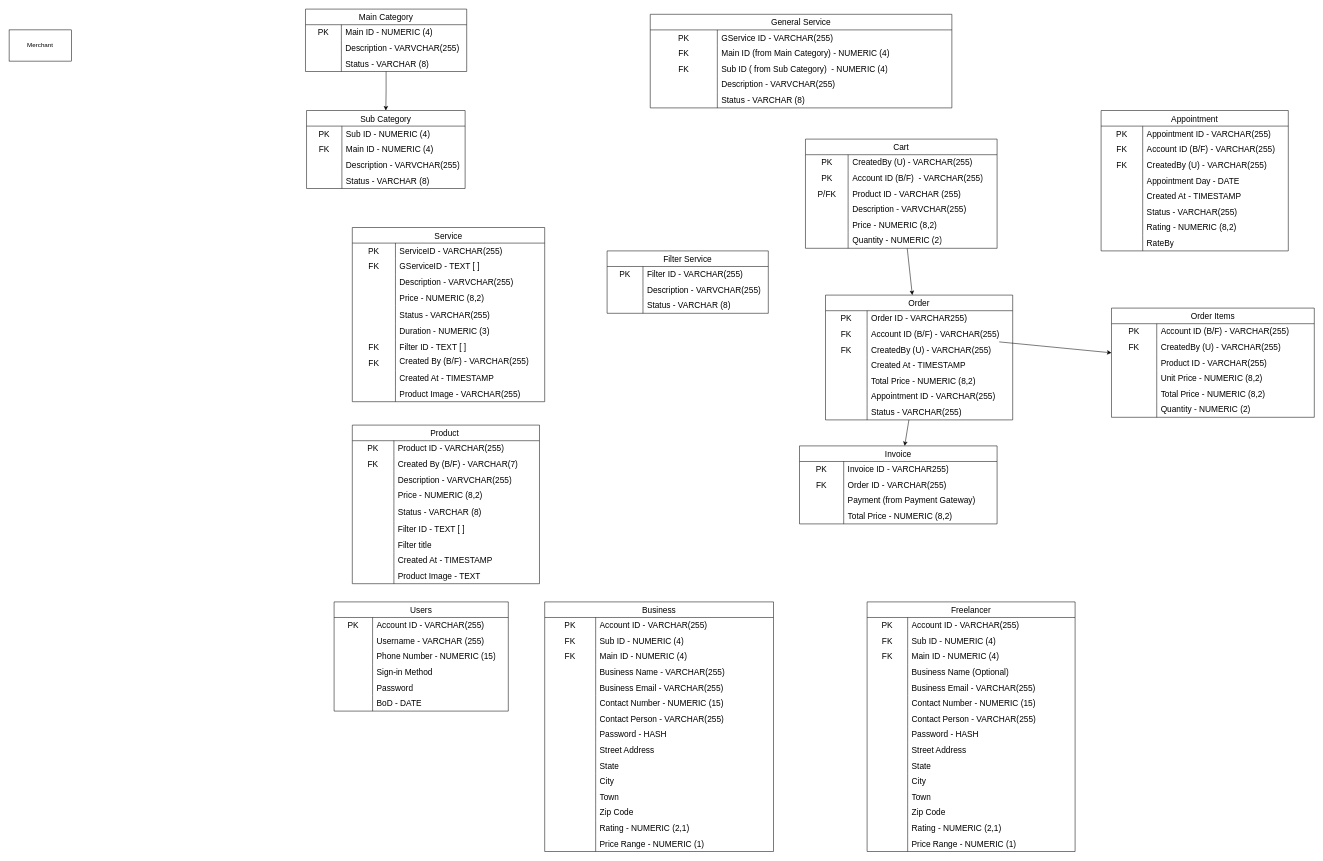
Yew01/near-me keeps this draw.io diagram as backend/nearme-db.drawio. Above is the earlier version. Source tidied: cells renumbered, new cells numbered last; positions are measured from the earlier drawing's top-left corner, leaving out a move shared by most shapes. Both pictures are drawn from the tidied source at 52%, with x=0, y=0 at pixel (9, 9).
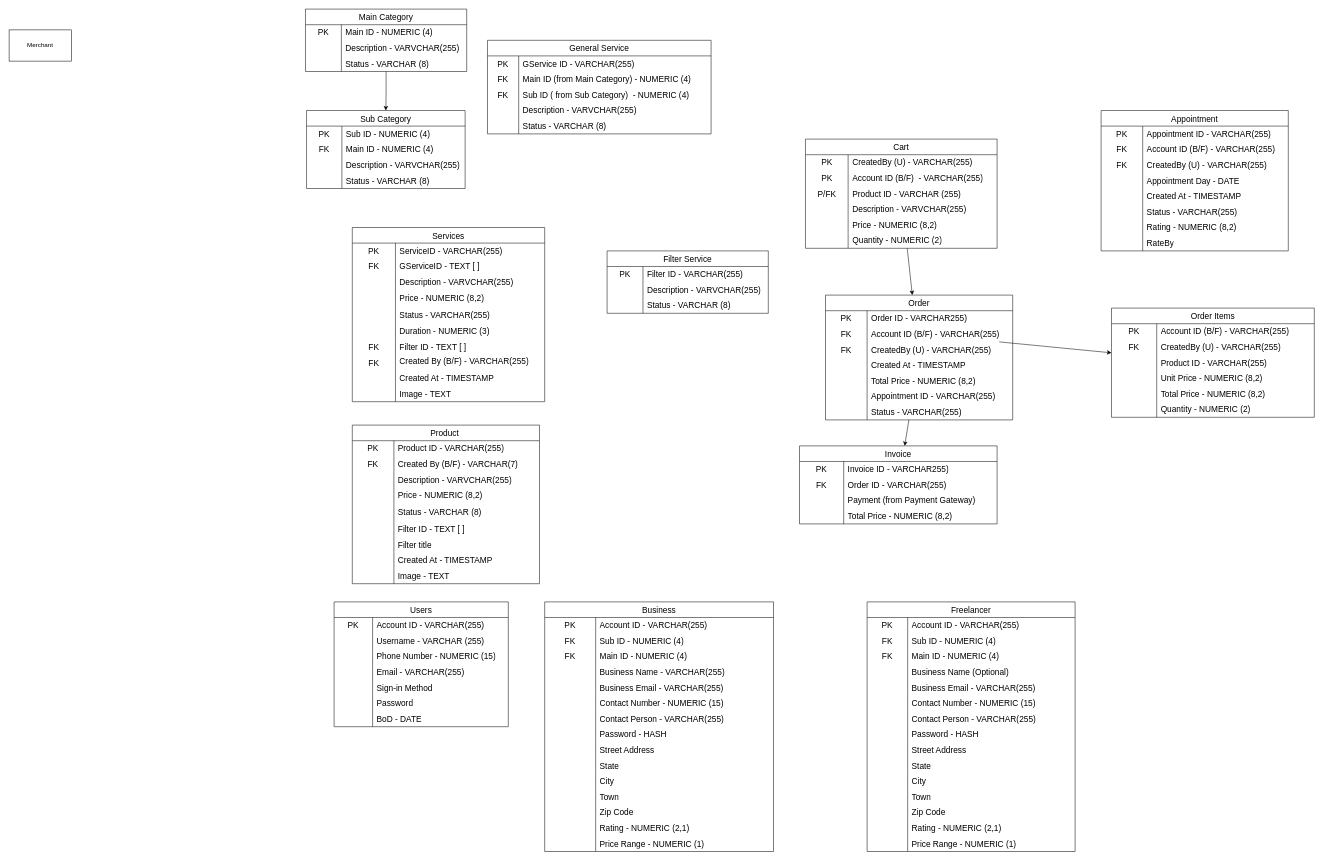
After the change.

The change refers to these unchanged cells:
```xml
<mxCell id="172" style="shape=tableRow;horizontal=0;startSize=0;swimlaneHead=0;swimlaneBody=0;top=0;left=0;bottom=0;right=0;fillColor=none;strokeColor=inherit;fontSize=16;" parent="144" vertex="1">
  <mxGeometry y="305" width="370" height="30" as="geometry" />
</mxCell>
<mxCell id="276" style="shape=tableRow;horizontal=0;startSize=0;swimlaneHead=0;swimlaneBody=0;top=0;left=0;bottom=0;right=0;fillColor=none;strokeColor=inherit;fontSize=16;" parent="251" vertex="1">
  <mxGeometry y="275" width="360" height="30" as="geometry" />
</mxCell>
```

What changed in the source:
```diff
@@
     <mxCell id="26" value="General Service" style="shape=table;startSize=30;childLayout=tableLayout;rowLines=0;fontStyle=0;strokeColor=default;fontSize=16;" parent="1" vertex="1">
-      <mxGeometry x="1233" y="10" width="580" height="180" as="geometry" />
+      <mxGeometry x="920" y="60" width="430" height="180" as="geometry" />
     </mxCell>
     <mxCell id="27" style="shape=tableRow;horizontal=0;startSize=0;swimlaneHead=0;swimlaneBody=0;top=0;left=0;bottom=0;right=0;fillColor=none;strokeColor=inherit;fontSize=16;" parent="26" vertex="1">
-      <mxGeometry y="30" width="580" height="30" as="geometry" />
+      <mxGeometry y="30" width="430" height="30" as="geometry" />
     </mxCell>
     <mxCell id="28" value="PK" style="shape=partialRectangle;html=1;whiteSpace=wrap;fillColor=none;top=0;left=0;bottom=0;right=0;overflow=hidden;strokeColor=inherit;fontSize=16;" parent="27" vertex="1">
-      <mxGeometry width="129" height="30" as="geometry" />
+      <mxGeometry width="60" height="30" as="geometry" />
     </mxCell>
     <mxCell id="29" value="GService ID&amp;nbsp;- VARCHAR(255)" style="shape=partialRectangle;html=1;whiteSpace=wrap;fillColor=none;top=0;left=0;bottom=0;right=0;align=left;spacingLeft=6;overflow=hidden;strokeColor=inherit;fontSize=16;" parent="27" vertex="1">
-      <mxGeometry x="129" width="451" height="30" as="geometry" />
+      <mxGeometry x="60" width="370" height="30" as="geometry" />
     </mxCell>
     <mxCell id="30" style="shape=tableRow;horizontal=0;startSize=0;swimlaneHead=0;swimlaneBody=0;top=0;left=0;bottom=0;right=0;fillColor=none;strokeColor=inherit;fontSize=16;" parent="26" vertex="1">
-      <mxGeometry y="60" width="580" height="30" as="geometry" />
+      <mxGeometry y="60" width="430" height="30" as="geometry" />
     </mxCell>
     <mxCell id="31" value="FK" style="shape=partialRectangle;html=1;whiteSpace=wrap;fillColor=none;top=0;left=0;bottom=0;right=0;overflow=hidden;strokeColor=inherit;fontSize=16;" parent="30" vertex="1">
-      <mxGeometry width="129" height="30" as="geometry" />
+      <mxGeometry width="60" height="30" as="geometry" />
     </mxCell>
     <mxCell id="32" value="Main ID (from Main Category) - NUMERIC (4)" style="shape=partialRectangle;html=1;whiteSpace=wrap;fillColor=none;top=0;left=0;bottom=0;right=0;align=left;spacingLeft=6;overflow=hidden;strokeColor=inherit;fontSize=16;" parent="30" vertex="1">
-      <mxGeometry x="129" width="451" height="30" as="geometry" />
+      <mxGeometry x="60" width="370" height="30" as="geometry" />
     </mxCell>
     <mxCell id="33" style="shape=tableRow;horizontal=0;startSize=0;swimlaneHead=0;swimlaneBody=0;top=0;left=0;bottom=0;right=0;fillColor=none;strokeColor=inherit;fontSize=16;" parent="26" vertex="1">
-      <mxGeometry y="90" width="580" height="30" as="geometry" />
+      <mxGeometry y="90" width="430" height="30" as="geometry" />
     </mxCell>
     <mxCell id="34" value="FK" style="shape=partialRectangle;html=1;whiteSpace=wrap;fillColor=none;top=0;left=0;bottom=0;right=0;overflow=hidden;strokeColor=inherit;fontSize=16;" parent="33" vertex="1">
-      <mxGeometry width="129" height="30" as="geometry" />
+      <mxGeometry width="60" height="30" as="geometry" />
     </mxCell>
     <mxCell id="35" value="Sub ID ( from Sub Category)&amp;nbsp;&amp;nbsp;- NUMERIC (4)" style="shape=partialRectangle;html=1;whiteSpace=wrap;fillColor=none;top=0;left=0;bottom=0;right=0;align=left;spacingLeft=6;overflow=hidden;strokeColor=inherit;fontSize=16;" parent="33" vertex="1">
-      <mxGeometry x="129" width="451" height="30" as="geometry" />
+      <mxGeometry x="60" width="370" height="30" as="geometry" />
     </mxCell>
     <mxCell id="36" style="shape=tableRow;horizontal=0;startSize=0;swimlaneHead=0;swimlaneBody=0;top=0;left=0;bottom=0;right=0;fillColor=none;strokeColor=inherit;fontSize=16;" parent="26" vertex="1">
-      <mxGeometry y="120" width="580" height="30" as="geometry" />
+      <mxGeometry y="120" width="430" height="30" as="geometry" />
     </mxCell>
     <mxCell id="37" style="shape=partialRectangle;html=1;whiteSpace=wrap;fillColor=none;top=0;left=0;bottom=0;right=0;overflow=hidden;strokeColor=inherit;fontSize=16;" parent="36" vertex="1">
-      <mxGeometry width="129" height="30" as="geometry" />
+      <mxGeometry width="60" height="30" as="geometry" />
     </mxCell>
     <mxCell id="38" value="Description - VARVCHAR(255)" style="shape=partialRectangle;html=1;whiteSpace=wrap;fillColor=none;top=0;left=0;bottom=0;right=0;align=left;spacingLeft=6;overflow=hidden;strokeColor=inherit;fontSize=16;" parent="36" vertex="1">
-      <mxGeometry x="129" width="451" height="30" as="geometry" />
+      <mxGeometry x="60" width="370" height="30" as="geometry" />
     </mxCell>
     <mxCell id="39" style="shape=tableRow;horizontal=0;startSize=0;swimlaneHead=0;swimlaneBody=0;top=0;left=0;bottom=0;right=0;fillColor=none;strokeColor=inherit;fontSize=16;" parent="26" vertex="1">
-      <mxGeometry y="150" width="580" height="30" as="geometry" />
+      <mxGeometry y="150" width="430" height="30" as="geometry" />
     </mxCell>
     <mxCell id="40" style="shape=partialRectangle;html=1;whiteSpace=wrap;fillColor=none;top=0;left=0;bottom=0;right=0;overflow=hidden;strokeColor=inherit;fontSize=16;" parent="39" vertex="1">
-      <mxGeometry width="129" height="30" as="geometry" />
+      <mxGeometry width="60" height="30" as="geometry" />
     </mxCell>
     <mxCell id="41" value="Status - VARCHAR (8)" style="shape=partialRectangle;html=1;whiteSpace=wrap;fillColor=none;top=0;left=0;bottom=0;right=0;align=left;spacingLeft=6;overflow=hidden;strokeColor=inherit;fontSize=16;" parent="39" vertex="1">
-      <mxGeometry x="129" width="451" height="30" as="geometry" />
+      <mxGeometry x="60" width="370" height="30" as="geometry" />
     </mxCell>
@@
-    <mxCell id="144" value="Service" style="shape=table;startSize=30;childLayout=tableLayout;rowLines=0;fontStyle=0;strokeColor=default;fontSize=16;" parent="1" vertex="1">
+    <mxCell id="144" value="Services" style="shape=table;startSize=30;childLayout=tableLayout;rowLines=0;fontStyle=0;strokeColor=default;fontSize=16;" parent="1" vertex="1">
       <mxGeometry x="660" y="420" width="370" height="335" as="geometry" />
     </mxCell>
@@
-    <mxCell id="174" value="Product Image&amp;nbsp;- VARCHAR(255)" style="shape=partialRectangle;html=1;whiteSpace=wrap;fillColor=none;top=0;left=0;bottom=0;right=0;align=left;spacingLeft=6;overflow=hidden;strokeColor=inherit;fontSize=16;" parent="172" vertex="1">
+    <mxCell id="174" value="Image - TEXT" style="shape=partialRectangle;html=1;whiteSpace=wrap;fillColor=none;top=0;left=0;bottom=0;right=0;align=left;spacingLeft=6;overflow=hidden;strokeColor=inherit;fontSize=16;" parent="172" vertex="1">
       <mxGeometry x="83" width="287" height="30" as="geometry" />
     </mxCell>
@@
-    <mxCell id="278" value="Product Image - TEXT" style="shape=partialRectangle;html=1;whiteSpace=wrap;fillColor=none;top=0;left=0;bottom=0;right=0;align=left;spacingLeft=6;overflow=hidden;strokeColor=inherit;fontSize=16;" parent="276" vertex="1">
+    <mxCell id="278" value="Image - TEXT" style="shape=partialRectangle;html=1;whiteSpace=wrap;fillColor=none;top=0;left=0;bottom=0;right=0;align=left;spacingLeft=6;overflow=hidden;strokeColor=inherit;fontSize=16;" parent="276" vertex="1">
       <mxGeometry x="80" width="280" height="30" as="geometry" />
     </mxCell>
@@
     <mxCell id="304" value="Users" style="shape=table;startSize=30;childLayout=tableLayout;rowLines=0;fontStyle=0;strokeColor=default;fontSize=16;" parent="1" vertex="1">
-      <mxGeometry x="625" y="1140" width="335" height="210" as="geometry" />
+      <mxGeometry x="625" y="1140" width="335" height="240" as="geometry" />
     </mxCell>
@@
+    <mxCell id="324" style="shape=tableRow;horizontal=0;startSize=0;swimlaneHead=0;swimlaneBody=0;top=0;left=0;bottom=0;right=0;fillColor=none;strokeColor=inherit;fontSize=16;" parent="304" vertex="1">
+      <mxGeometry y="120" width="335" height="30" as="geometry" />
+    </mxCell>
+    <mxCell id="325" style="shape=partialRectangle;html=1;whiteSpace=wrap;fillColor=none;top=0;left=0;bottom=0;right=0;overflow=hidden;strokeColor=inherit;fontSize=16;" parent="324" vertex="1">
+      <mxGeometry width="74" height="30" as="geometry" />
+    </mxCell>
+    <mxCell id="326" value="Email - VARCHAR(255)" style="shape=partialRectangle;html=1;whiteSpace=wrap;fillColor=none;top=0;left=0;bottom=0;right=0;align=left;spacingLeft=6;overflow=hidden;strokeColor=inherit;fontSize=16;" parent="324" vertex="1">
+      <mxGeometry x="74" width="261" height="30" as="geometry" />
+    </mxCell>
     <mxCell id="314" style="shape=tableRow;horizontal=0;startSize=0;swimlaneHead=0;swimlaneBody=0;top=0;left=0;bottom=0;right=0;fillColor=none;strokeColor=inherit;fontSize=16;" parent="304" vertex="1">
-      <mxGeometry y="120" width="335" height="30" as="geometry" />
+      <mxGeometry y="150" width="335" height="30" as="geometry" />
     </mxCell>
@@
     <mxCell id="317" style="shape=tableRow;horizontal=0;startSize=0;swimlaneHead=0;swimlaneBody=0;top=0;left=0;bottom=0;right=0;fillColor=none;strokeColor=inherit;fontSize=16;" parent="304" vertex="1">
-      <mxGeometry y="150" width="335" height="30" as="geometry" />
+      <mxGeometry y="180" width="335" height="30" as="geometry" />
     </mxCell>
@@
     <mxCell id="320" style="shape=tableRow;horizontal=0;startSize=0;swimlaneHead=0;swimlaneBody=0;top=0;left=0;bottom=0;right=0;fillColor=none;strokeColor=inherit;fontSize=16;" parent="304" vertex="1">
-      <mxGeometry y="180" width="335" height="30" as="geometry" />
+      <mxGeometry y="210" width="335" height="30" as="geometry" />
     </mxCell>
```
